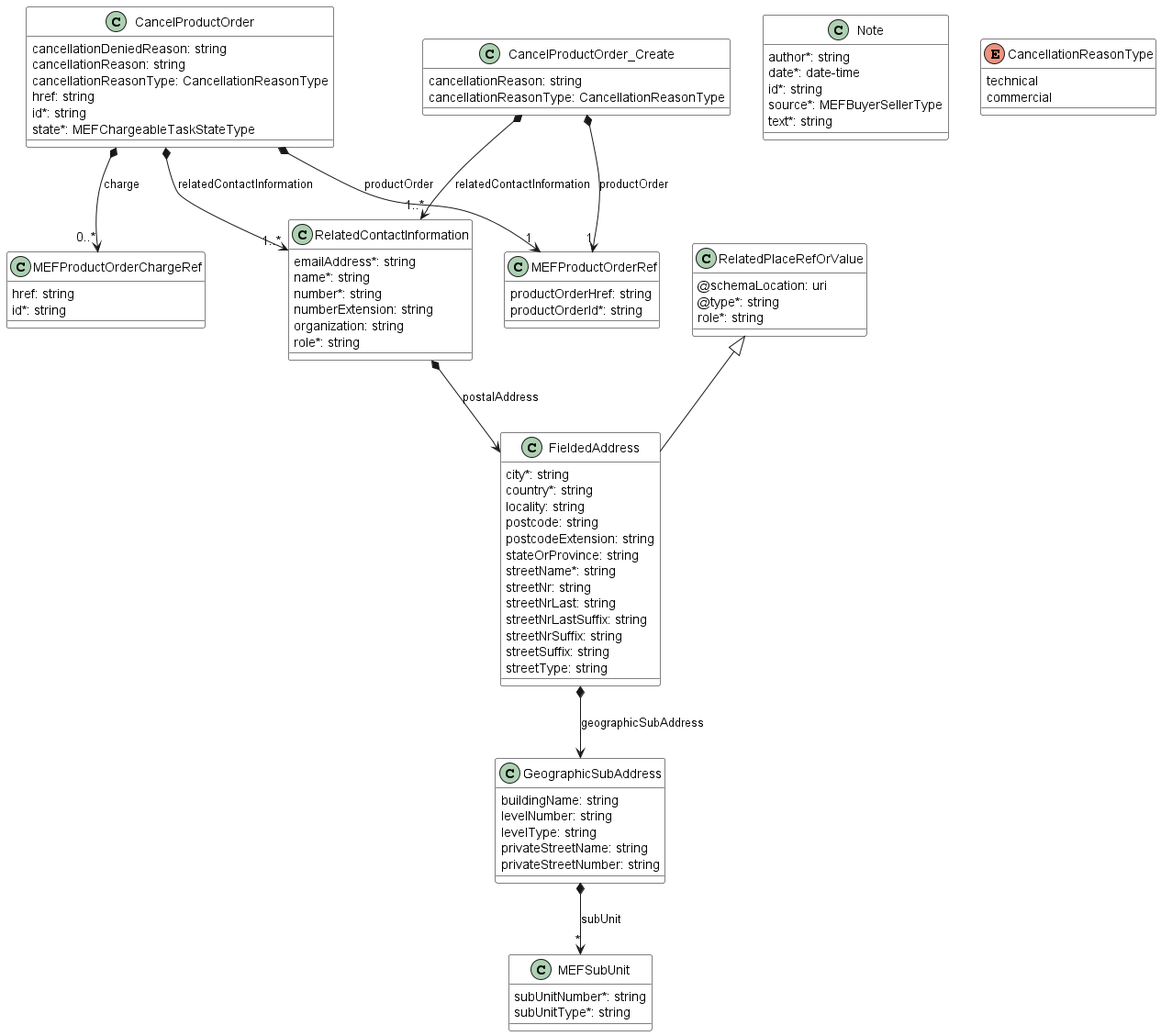
MEF-GIT/MEF-LSO-Sonata-SDK keeps this PlantUML diagram as documentation/productApi/order/media/useCase8CancelModel.png. Above is the earlier version.
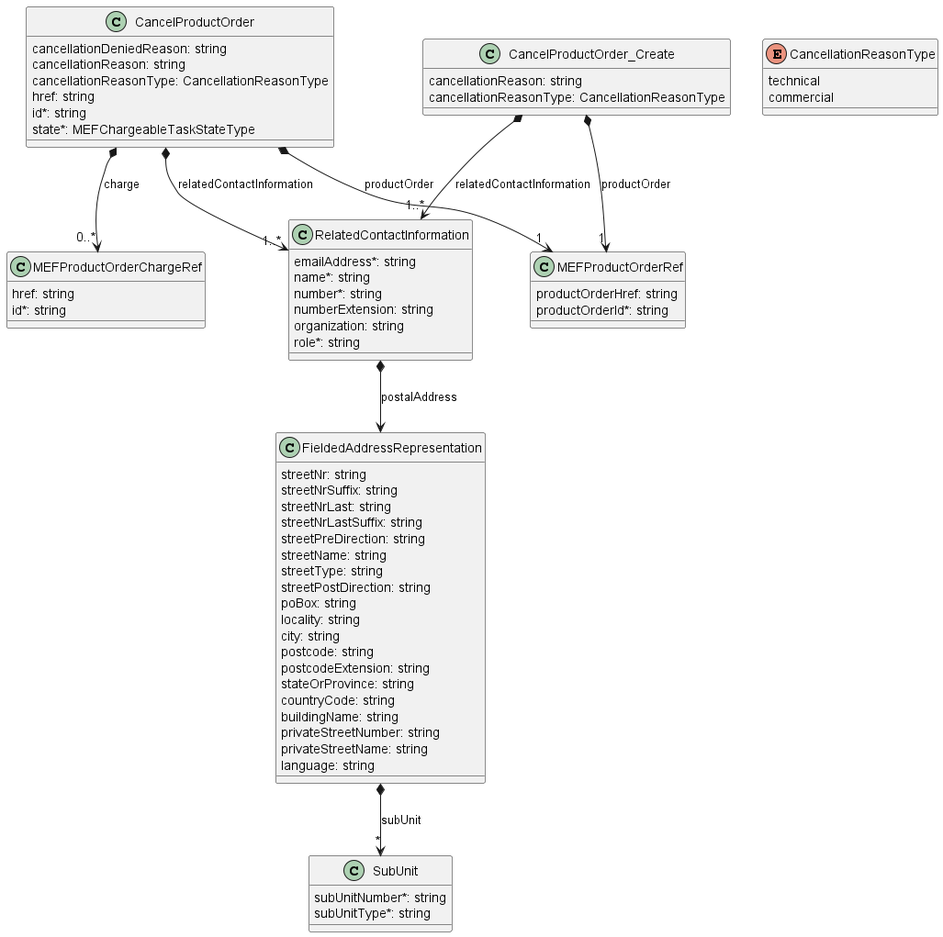
The same file after the commit.

Diff of the diagram source:
```diff
@@ -1,8 +1,4 @@
 @startuml
-skinparam {
-    ClassBackgroundColor White
-    ClassBorderColor Black
-}
 
 class CancelProductOrder {
 
@@ -35,51 +31,6 @@
 CancelProductOrder_Create *-->"1..*" RelatedContactInformation : relatedContactInformation
 
 
-class FieldedAddress {
-
-    city*: string
-    country*: string
-    locality: string
-    postcode: string
-    postcodeExtension: string
-    stateOrProvince: string
-    streetName*: string
-    streetNr: string
-    streetNrLast: string
-    streetNrLastSuffix: string
-    streetNrSuffix: string
-    streetSuffix: string
-    streetType: string
-}
-RelatedPlaceRefOrValue <|-- FieldedAddress
-
-FieldedAddress *--> GeographicSubAddress : geographicSubAddress
-
-
-
-class GeographicSubAddress {
-
-    buildingName: string
-    levelNumber: string
-    levelType: string
-    privateStreetName: string
-    privateStreetNumber: string
-}
-
-GeographicSubAddress *-->"*" MEFSubUnit : subUnit
-
-
-
-class Note {
-
-    author*: string
-    date*: date-time
-    id*: string
-    source*: MEFBuyerSellerType
-    text*: string
-}
-
-
 class MEFProductOrderRef {
 
     productOrderHref: string
@@ -88,19 +39,10 @@
 
 
 
-class MEFSubUnit {
+class SubUnit {
 
     subUnitNumber*: string
     subUnitType*: string
-}
-
-
-
-class RelatedPlaceRefOrValue {
-
-    @schemaLocation: uri
-    @type*: string
-    role*: string
 }
 
 
@@ -115,7 +57,33 @@
     role*: string
 }
 
-RelatedContactInformation *--> FieldedAddress : postalAddress
+RelatedContactInformation *--> FieldedAddressRepresentation : postalAddress
+class FieldedAddressRepresentation {
+
+    streetNr: string
+    streetNrSuffix: string
+    streetNrLast: string
+    streetNrLastSuffix: string
+    streetPreDirection: string
+    streetName: string
+    streetType: string
+    streetPostDirection: string
+    poBox: string
+    locality: string
+    city: string
+    postcode: string
+    postcodeExtension: string
+    stateOrProvince: string
+    countryCode: string
+    buildingName: string
+    privateStreetNumber: string
+    privateStreetName: string
+    language: string
+}
+
+FieldedAddressRepresentation *-->"*" SubUnit : subUnit
+
+
 
 enum CancellationReasonType {
 
```
